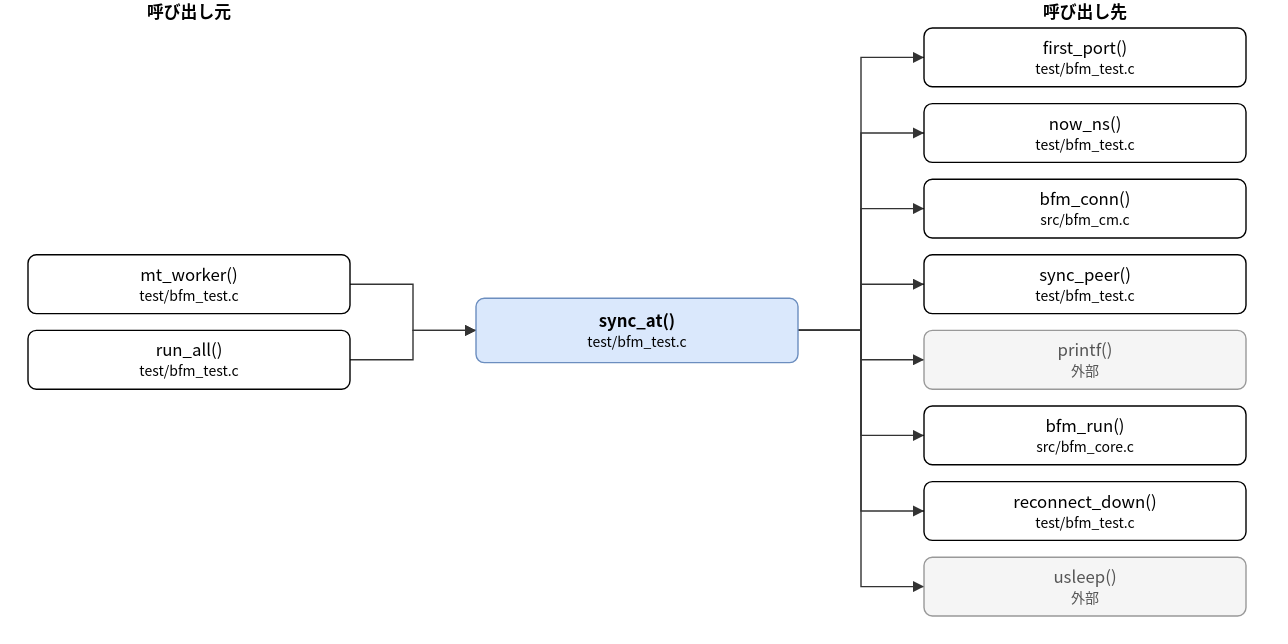
Above: doc/spec/images/call_test_bfm_test-sync_at.drawio.svg in hf355051012-ai/bfmem (draw.io), before the change. Source tidied: cells renumbered, new cells last; positions are measured from the earlier drawing's top-left corner, leaving out a move shared by most shapes.
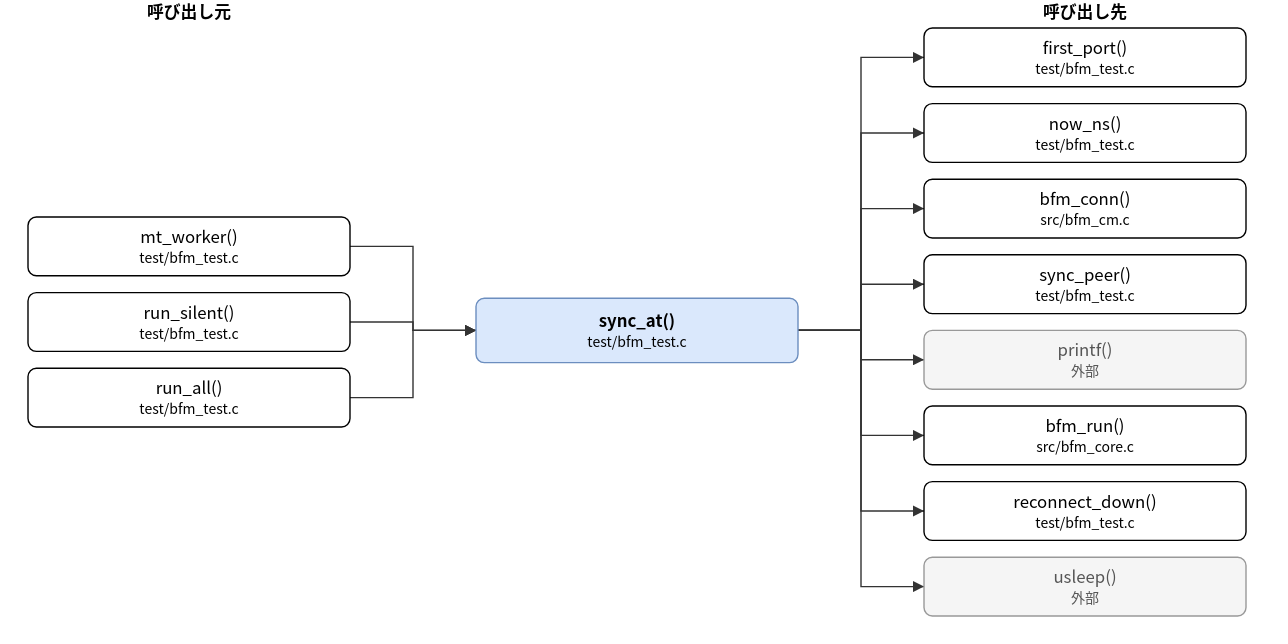
The same diagram one commit later.

Change to the diagram source:
```diff
@@ -6,11 +6,14 @@
       <mxGeometry x="320" y="213" width="230" height="46" as="geometry" />
     </mxCell>
     <mxCell id="3" value="mt_worker()&lt;br&gt;&lt;font style=&quot;font-size:10px&quot;&gt;test/bfm_test.c&lt;/font&gt;" style="rounded=1;whiteSpace=wrap;html=1;" parent="1" vertex="1">
-      <mxGeometry y="182" width="230" height="42" as="geometry" />
+      <mxGeometry y="155" width="230" height="42" as="geometry" />
     </mxCell>
-    <mxCell id="4" value="run_all()&lt;br&gt;&lt;font style=&quot;font-size:10px&quot;&gt;test/bfm_test.c&lt;/font&gt;" style="rounded=1;whiteSpace=wrap;html=1;" parent="1" vertex="1">
-      <mxGeometry y="236" width="230" height="42" as="geometry" />
+    <mxCell id="4" value="run_silent()&lt;br&gt;&lt;font style=&quot;font-size:10px&quot;&gt;test/bfm_test.c&lt;/font&gt;" style="rounded=1;whiteSpace=wrap;html=1;" parent="1" vertex="1">
+      <mxGeometry y="209" width="230" height="42" as="geometry" />
     </mxCell>
+    <mxCell id="25" value="run_all()&lt;br&gt;&lt;font style=&quot;font-size:10px&quot;&gt;test/bfm_test.c&lt;/font&gt;" style="rounded=1;whiteSpace=wrap;html=1;" parent="1" vertex="1">
+      <mxGeometry y="263" width="230" height="42" as="geometry" />
+    </mxCell>
     <mxCell id="5" value="first_port()&lt;br&gt;&lt;font style=&quot;font-size:10px&quot;&gt;test/bfm_test.c&lt;/font&gt;" style="rounded=1;whiteSpace=wrap;html=1;" parent="1" vertex="1">
       <mxGeometry x="640" y="20" width="230" height="42" as="geometry" />
     </mxCell>
@@ -38,7 +41,7 @@
     <mxCell id="13" style="edgeStyle=none;html=1;rounded=0;endArrow=block;endFill=1;exitX=1.0000;exitY=0.5000;exitDx=0;exitDy=0;exitPerimeter=0;entryX=0.0000;entryY=0.5000;entryDx=0;entryDy=0;entryPerimeter=0;" parent="1" edge="1" source="3" target="2">
       <mxGeometry relative="1" as="geometry">
         <Array as="points">
-          <mxPoint x="275" y="203" />
+          <mxPoint x="275" y="176" />
           <mxPoint x="275" y="236" />
         </Array>
       </mxGeometry>
@@ -46,75 +49,83 @@
     <mxCell id="14" style="edgeStyle=none;html=1;rounded=0;endArrow=block;endFill=1;exitX=1.0000;exitY=0.5000;exitDx=0;exitDy=0;exitPerimeter=0;entryX=0.0000;entryY=0.5000;entryDx=0;entryDy=0;entryPerimeter=0;" parent="1" edge="1" source="4" target="2">
       <mxGeometry relative="1" as="geometry">
         <Array as="points">
-          <mxPoint x="275" y="257" />
+          <mxPoint x="275" y="230" />
           <mxPoint x="275" y="236" />
         </Array>
       </mxGeometry>
     </mxCell>
-    <mxCell id="15" style="edgeStyle=none;html=1;rounded=0;endArrow=block;endFill=1;exitX=1.0000;exitY=0.5000;exitDx=0;exitDy=0;exitPerimeter=0;entryX=0.0000;entryY=0.5000;entryDx=0;entryDy=0;entryPerimeter=0;" parent="1" edge="1" source="2" target="5">
+    <mxCell id="15" style="edgeStyle=none;html=1;rounded=0;endArrow=block;endFill=1;exitX=1.0000;exitY=0.5000;exitDx=0;exitDy=0;exitPerimeter=0;entryX=0.0000;entryY=0.5000;entryDx=0;entryDy=0;entryPerimeter=0;" parent="1" edge="1" source="25" target="2">
       <mxGeometry relative="1" as="geometry">
         <Array as="points">
-          <mxPoint x="595" y="236" />
-          <mxPoint x="595" y="41" />
+          <mxPoint x="275" y="284" />
+          <mxPoint x="275" y="236" />
         </Array>
       </mxGeometry>
     </mxCell>
-    <mxCell id="16" style="edgeStyle=none;html=1;rounded=0;endArrow=block;endFill=1;exitX=1.0000;exitY=0.5000;exitDx=0;exitDy=0;exitPerimeter=0;entryX=0.0000;entryY=0.5000;entryDx=0;entryDy=0;entryPerimeter=0;" parent="1" edge="1" source="2" target="6">
+    <mxCell id="16" style="edgeStyle=none;html=1;rounded=0;endArrow=block;endFill=1;exitX=1.0000;exitY=0.5000;exitDx=0;exitDy=0;exitPerimeter=0;entryX=0.0000;entryY=0.5000;entryDx=0;entryDy=0;entryPerimeter=0;" parent="1" edge="1" source="2" target="5">
       <mxGeometry relative="1" as="geometry">
         <Array as="points">
           <mxPoint x="595" y="236" />
-          <mxPoint x="595" y="95" />
+          <mxPoint x="595" y="41" />
         </Array>
       </mxGeometry>
     </mxCell>
-    <mxCell id="17" style="edgeStyle=none;html=1;rounded=0;endArrow=block;endFill=1;exitX=1.0000;exitY=0.5000;exitDx=0;exitDy=0;exitPerimeter=0;entryX=0.0000;entryY=0.5000;entryDx=0;entryDy=0;entryPerimeter=0;" parent="1" edge="1" source="2" target="7">
+    <mxCell id="17" style="edgeStyle=none;html=1;rounded=0;endArrow=block;endFill=1;exitX=1.0000;exitY=0.5000;exitDx=0;exitDy=0;exitPerimeter=0;entryX=0.0000;entryY=0.5000;entryDx=0;entryDy=0;entryPerimeter=0;" parent="1" edge="1" source="2" target="6">
       <mxGeometry relative="1" as="geometry">
         <Array as="points">
           <mxPoint x="595" y="236" />
-          <mxPoint x="595" y="149" />
+          <mxPoint x="595" y="95" />
         </Array>
       </mxGeometry>
     </mxCell>
-    <mxCell id="18" style="edgeStyle=none;html=1;rounded=0;endArrow=block;endFill=1;exitX=1.0000;exitY=0.5000;exitDx=0;exitDy=0;exitPerimeter=0;entryX=0.0000;entryY=0.5000;entryDx=0;entryDy=0;entryPerimeter=0;" parent="1" edge="1" source="2" target="8">
+    <mxCell id="18" style="edgeStyle=none;html=1;rounded=0;endArrow=block;endFill=1;exitX=1.0000;exitY=0.5000;exitDx=0;exitDy=0;exitPerimeter=0;entryX=0.0000;entryY=0.5000;entryDx=0;entryDy=0;entryPerimeter=0;" parent="1" edge="1" source="2" target="7">
       <mxGeometry relative="1" as="geometry">
         <Array as="points">
           <mxPoint x="595" y="236" />
-          <mxPoint x="595" y="203" />
+          <mxPoint x="595" y="149" />
         </Array>
       </mxGeometry>
     </mxCell>
-    <mxCell id="19" style="edgeStyle=none;html=1;rounded=0;endArrow=block;endFill=1;exitX=1.0000;exitY=0.5000;exitDx=0;exitDy=0;exitPerimeter=0;entryX=0.0000;entryY=0.5000;entryDx=0;entryDy=0;entryPerimeter=0;" parent="1" edge="1" source="2" target="9">
+    <mxCell id="19" style="edgeStyle=none;html=1;rounded=0;endArrow=block;endFill=1;exitX=1.0000;exitY=0.5000;exitDx=0;exitDy=0;exitPerimeter=0;entryX=0.0000;entryY=0.5000;entryDx=0;entryDy=0;entryPerimeter=0;" parent="1" edge="1" source="2" target="8">
       <mxGeometry relative="1" as="geometry">
         <Array as="points">
           <mxPoint x="595" y="236" />
-          <mxPoint x="595" y="257" />
+          <mxPoint x="595" y="203" />
         </Array>
       </mxGeometry>
     </mxCell>
-    <mxCell id="20" style="edgeStyle=none;html=1;rounded=0;endArrow=block;endFill=1;exitX=1.0000;exitY=0.5000;exitDx=0;exitDy=0;exitPerimeter=0;entryX=0.0000;entryY=0.5000;entryDx=0;entryDy=0;entryPerimeter=0;" parent="1" edge="1" source="2" target="10">
+    <mxCell id="20" style="edgeStyle=none;html=1;rounded=0;endArrow=block;endFill=1;exitX=1.0000;exitY=0.5000;exitDx=0;exitDy=0;exitPerimeter=0;entryX=0.0000;entryY=0.5000;entryDx=0;entryDy=0;entryPerimeter=0;" parent="1" edge="1" source="2" target="9">
       <mxGeometry relative="1" as="geometry">
         <Array as="points">
           <mxPoint x="595" y="236" />
-          <mxPoint x="595" y="311" />
+          <mxPoint x="595" y="257" />
         </Array>
       </mxGeometry>
     </mxCell>
-    <mxCell id="21" style="edgeStyle=none;html=1;rounded=0;endArrow=block;endFill=1;exitX=1.0000;exitY=0.5000;exitDx=0;exitDy=0;exitPerimeter=0;entryX=0.0000;entryY=0.5000;entryDx=0;entryDy=0;entryPerimeter=0;" parent="1" edge="1" source="2" target="11">
+    <mxCell id="21" style="edgeStyle=none;html=1;rounded=0;endArrow=block;endFill=1;exitX=1.0000;exitY=0.5000;exitDx=0;exitDy=0;exitPerimeter=0;entryX=0.0000;entryY=0.5000;entryDx=0;entryDy=0;entryPerimeter=0;" parent="1" edge="1" source="2" target="10">
       <mxGeometry relative="1" as="geometry">
         <Array as="points">
           <mxPoint x="595" y="236" />
-          <mxPoint x="595" y="365" />
+          <mxPoint x="595" y="311" />
         </Array>
       </mxGeometry>
     </mxCell>
-    <mxCell id="22" style="edgeStyle=none;html=1;rounded=0;endArrow=block;endFill=1;exitX=1.0000;exitY=0.5000;exitDx=0;exitDy=0;exitPerimeter=0;entryX=0.0000;entryY=0.5000;entryDx=0;entryDy=0;entryPerimeter=0;" parent="1" edge="1" source="2" target="12">
+    <mxCell id="22" style="edgeStyle=none;html=1;rounded=0;endArrow=block;endFill=1;exitX=1.0000;exitY=0.5000;exitDx=0;exitDy=0;exitPerimeter=0;entryX=0.0000;entryY=0.5000;entryDx=0;entryDy=0;entryPerimeter=0;" parent="1" edge="1" source="2" target="11">
       <mxGeometry relative="1" as="geometry">
         <Array as="points">
           <mxPoint x="595" y="236" />
-          <mxPoint x="595" y="419" />
+          <mxPoint x="595" y="365" />
         </Array>
       </mxGeometry>
     </mxCell>
+    <mxCell id="26" style="edgeStyle=none;html=1;rounded=0;endArrow=block;endFill=1;exitX=1.0000;exitY=0.5000;exitDx=0;exitDy=0;exitPerimeter=0;entryX=0.0000;entryY=0.5000;entryDx=0;entryDy=0;entryPerimeter=0;" parent="1" edge="1" source="2" target="12">
+      <mxGeometry relative="1" as="geometry">
+        <Array as="points">
+          <mxPoint x="595" y="236" />
+          <mxPoint x="595" y="419" />
+        </Array>
+      </mxGeometry>
+    </mxCell>
     <mxCell id="23" value="呼び出し元" style="text;html=1;align=center;fontStyle=1;" parent="1" vertex="1">
       <mxGeometry x="35" width="160" height="18" as="geometry" />
     </mxCell>
```
